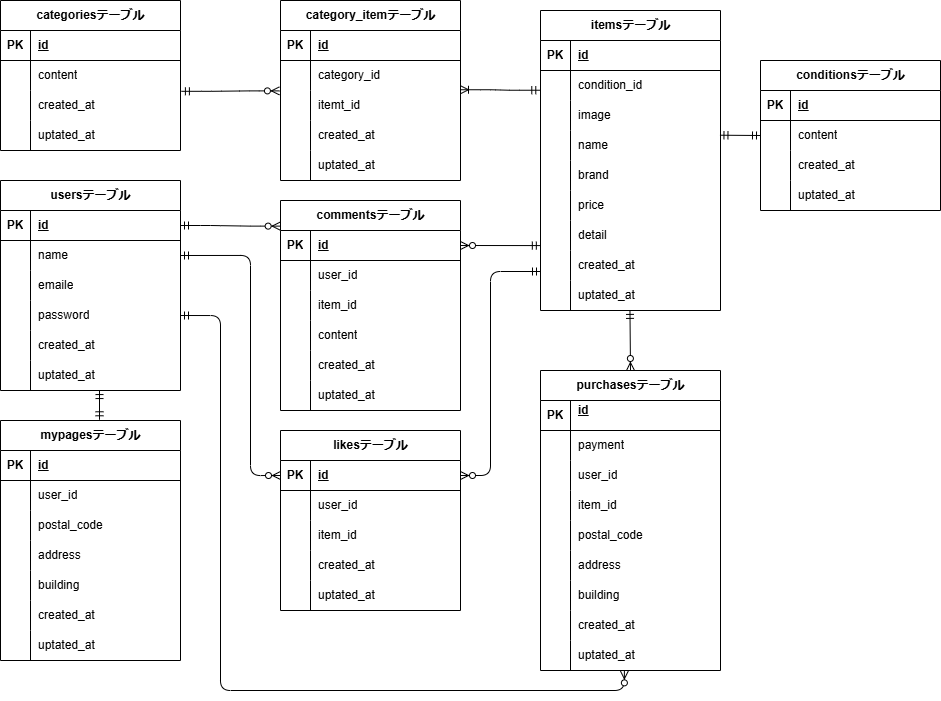
Earlier version of the draw.io export ER.drawio.png (manami-neko/manami-furima). Source tidied: cells renumbered, new cells last; positions are measured from the earlier drawing's top-left corner, leaving out a move shared by most shapes.
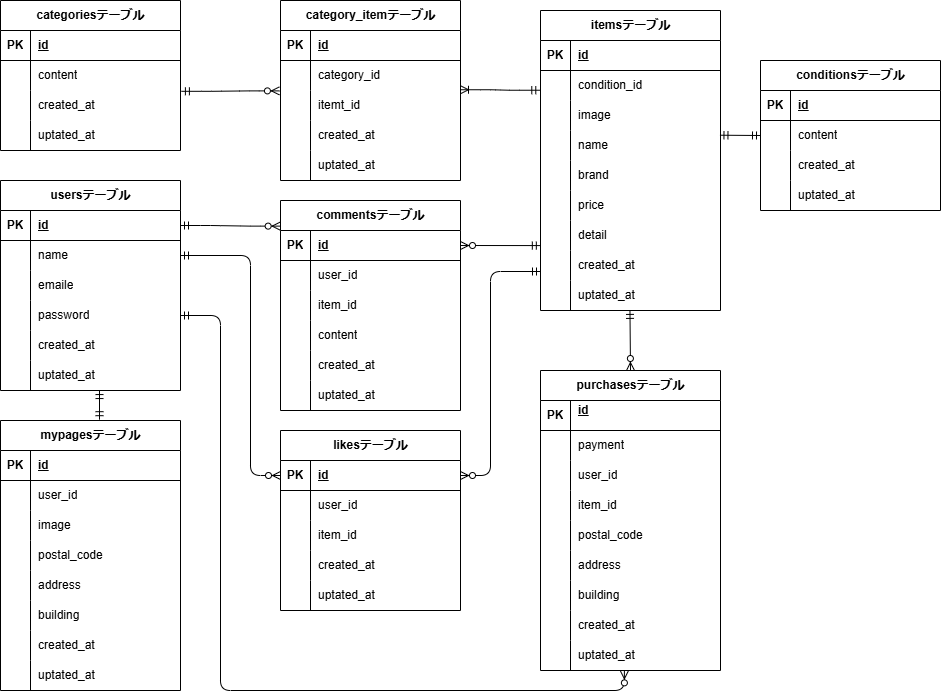
The same diagram one commit later.

Diff of the diagram source:
```diff
@@ -341,7 +341,7 @@
       <mxGeometry x="30" width="150" height="30" as="geometry" />
     </mxCell>
     <mxCell id="114" value="mypagesテーブル" style="shape=table;startSize=30;rowLines=0;fontStyle=1;align=center;html=1;" parent="1" vertex="1">
-      <mxGeometry y="420" width="180" height="240" as="geometry" />
+      <mxGeometry y="420" width="180" height="270" as="geometry" />
     </mxCell>
     <mxCell id="115" style="shape=tableRow;horizontal=0;startSize=0;swimlaneHead=0;swimlaneBody=0;fillColor=none;top=0;left=0;right=0;bottom=1;" parent="114" vertex="1">
       <mxGeometry y="30" width="180" height="30" as="geometry" />
@@ -367,11 +367,20 @@
     <mxCell id="122" style="shape=partialRectangle;fillColor=none;top=0;left=0;bottom=0;right=0;overflow=hidden;whiteSpace=wrap;html=1;" parent="121" vertex="1">
       <mxGeometry width="30" height="30" as="geometry" />
     </mxCell>
-    <mxCell id="123" value="postal_code" style="shape=partialRectangle;fillColor=none;top=0;left=0;bottom=0;right=0;align=left;spacingLeft=6;overflow=hidden;whiteSpace=wrap;html=1;" parent="121" vertex="1">
+    <mxCell id="123" value="image" style="shape=partialRectangle;fillColor=none;top=0;left=0;bottom=0;right=0;align=left;spacingLeft=6;overflow=hidden;whiteSpace=wrap;html=1;" parent="121" vertex="1">
       <mxGeometry x="30" width="150" height="30" as="geometry" />
     </mxCell>
+    <mxCell id="187" style="shape=tableRow;horizontal=0;startSize=0;swimlaneHead=0;swimlaneBody=0;fillColor=none;top=0;left=0;right=0;bottom=0;" parent="114" vertex="1">
+      <mxGeometry y="120" width="180" height="30" as="geometry" />
+    </mxCell>
+    <mxCell id="188" style="shape=partialRectangle;fillColor=none;top=0;left=0;bottom=0;right=0;overflow=hidden;whiteSpace=wrap;html=1;" parent="187" vertex="1">
+      <mxGeometry width="30" height="30" as="geometry" />
+    </mxCell>
+    <mxCell id="189" value="&lt;span style=&quot;color: rgb(0, 0, 0);&quot;&gt;postal_code&lt;/span&gt;" style="shape=partialRectangle;fillColor=none;top=0;left=0;bottom=0;right=0;align=left;spacingLeft=6;overflow=hidden;whiteSpace=wrap;html=1;" parent="187" vertex="1">
+      <mxGeometry x="30" width="150" height="30" as="geometry" />
+    </mxCell>
     <mxCell id="124" style="shape=tableRow;horizontal=0;startSize=0;swimlaneHead=0;swimlaneBody=0;fillColor=none;top=0;left=0;right=0;bottom=0;" parent="114" vertex="1">
-      <mxGeometry y="120" width="180" height="30" as="geometry" />
+      <mxGeometry y="150" width="180" height="30" as="geometry" />
     </mxCell>
     <mxCell id="125" style="shape=partialRectangle;fillColor=none;top=0;left=0;bottom=0;right=0;overflow=hidden;whiteSpace=wrap;html=1;" parent="124" vertex="1">
       <mxGeometry width="30" height="30" as="geometry" />
@@ -380,7 +389,7 @@
       <mxGeometry x="30" width="150" height="30" as="geometry" />
     </mxCell>
     <mxCell id="127" style="shape=tableRow;horizontal=0;startSize=0;swimlaneHead=0;swimlaneBody=0;fillColor=none;top=0;left=0;right=0;bottom=0;" parent="114" vertex="1">
-      <mxGeometry y="150" width="180" height="30" as="geometry" />
+      <mxGeometry y="180" width="180" height="30" as="geometry" />
     </mxCell>
     <mxCell id="128" style="shape=partialRectangle;fillColor=none;top=0;left=0;bottom=0;right=0;overflow=hidden;whiteSpace=wrap;html=1;" parent="127" vertex="1">
       <mxGeometry width="30" height="30" as="geometry" />
@@ -389,7 +398,7 @@
       <mxGeometry x="30" width="150" height="30" as="geometry" />
     </mxCell>
     <mxCell id="130" style="shape=tableRow;horizontal=0;startSize=0;swimlaneHead=0;swimlaneBody=0;fillColor=none;top=0;left=0;right=0;bottom=0;" parent="114" vertex="1">
-      <mxGeometry y="180" width="180" height="30" as="geometry" />
+      <mxGeometry y="210" width="180" height="30" as="geometry" />
     </mxCell>
     <mxCell id="131" style="shape=partialRectangle;fillColor=none;top=0;left=0;bottom=0;right=0;overflow=hidden;whiteSpace=wrap;html=1;" parent="130" vertex="1">
       <mxGeometry width="30" height="30" as="geometry" />
@@ -398,7 +407,7 @@
       <mxGeometry x="30" width="150" height="30" as="geometry" />
     </mxCell>
     <mxCell id="133" style="shape=tableRow;horizontal=0;startSize=0;swimlaneHead=0;swimlaneBody=0;fillColor=none;top=0;left=0;right=0;bottom=0;" parent="114" vertex="1">
-      <mxGeometry y="210" width="180" height="30" as="geometry" />
+      <mxGeometry y="240" width="180" height="30" as="geometry" />
     </mxCell>
     <mxCell id="134" style="shape=partialRectangle;fillColor=none;top=0;left=0;bottom=0;right=0;overflow=hidden;whiteSpace=wrap;html=1;" parent="133" vertex="1">
       <mxGeometry width="30" height="30" as="geometry" />
```
